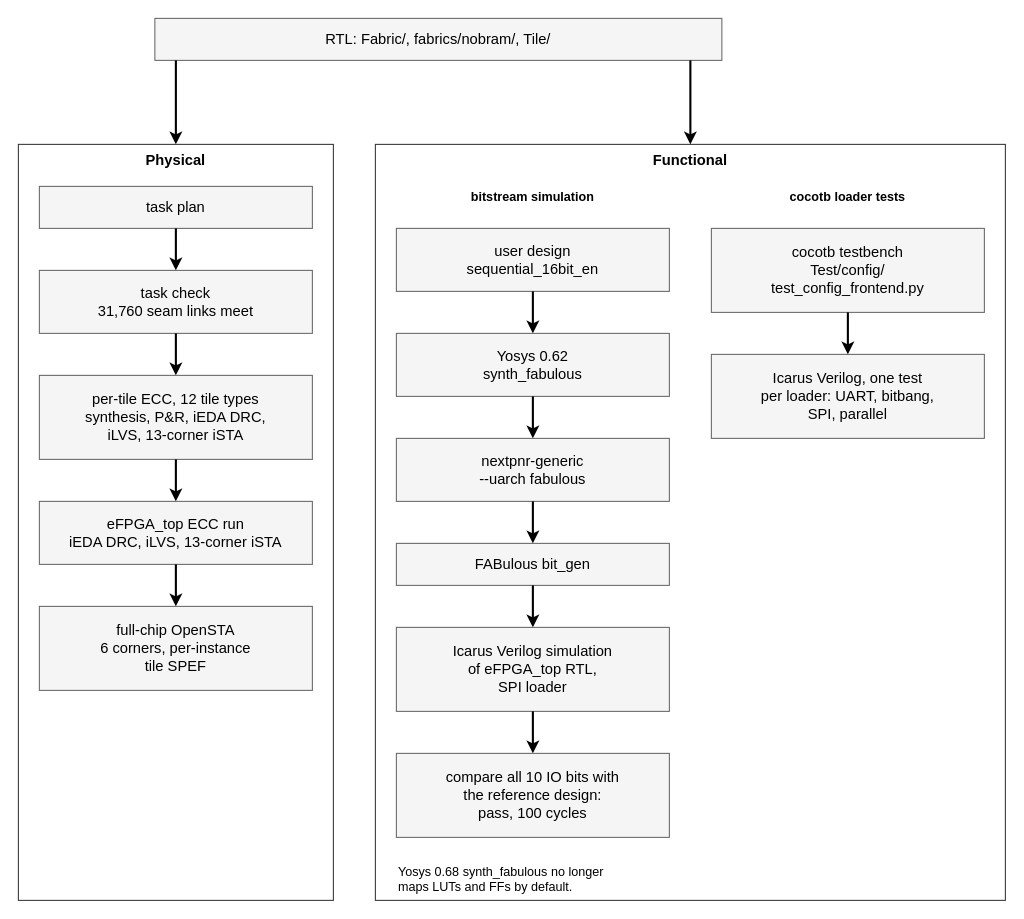
Above: submission/images/verification_environment.drawio in KelvinChung2000/demo-ics55 (draw.io), before the change. Source tidied: cells renumbered, new cells numbered last; positions are measured from the earlier drawing's top-left corner, leaving out a move shared by most shapes. Both pictures are drawn from the tidied source at 105%, with x=0, y=0 at pixel (18, 18).
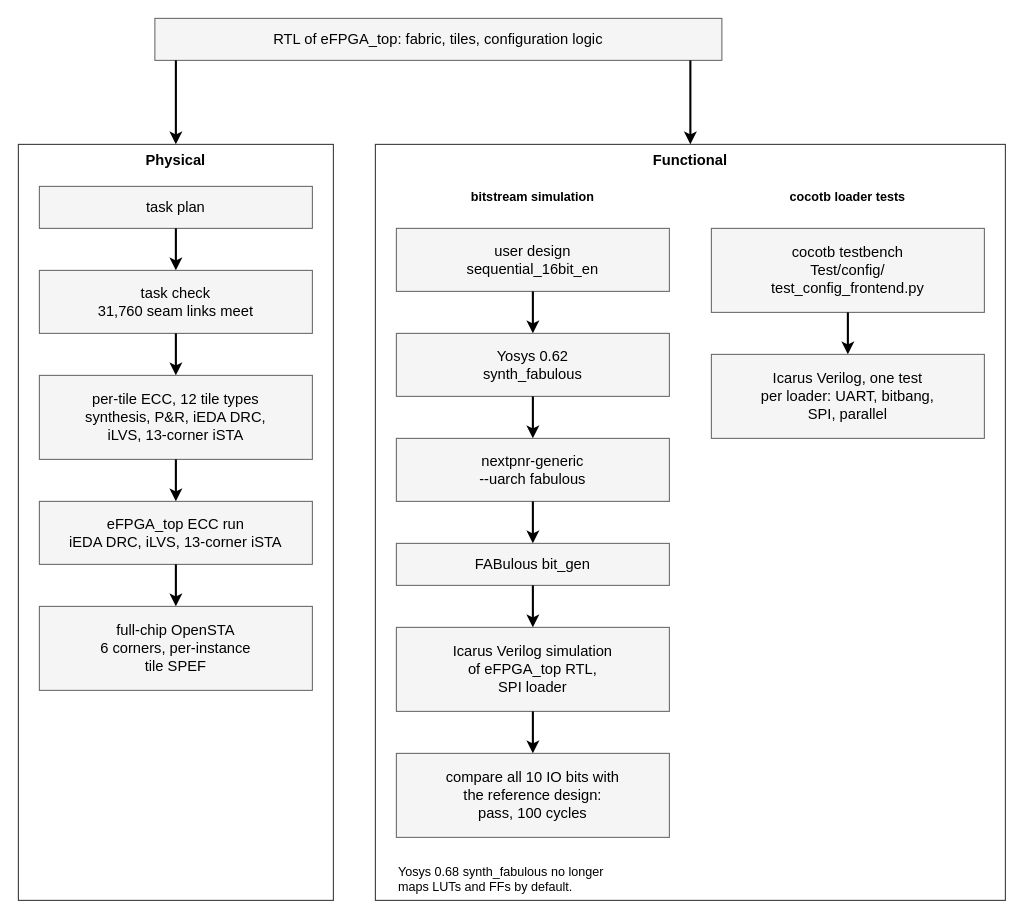
The same page after the edit.

What changed in the source:
```diff
@@
-    <mxCell id="2" value="RTL: Fabric/, fabrics/nobram/, Tile/" style="rounded=0;whiteSpace=wrap;html=1;fillColor=#f5f5f5;strokeColor=#666666;fontFamily=Helvetica;fontSize=14;" parent="1" vertex="1">
+    <mxCell id="2" value="RTL of eFPGA_top: fabric, tiles, configuration logic" style="rounded=0;whiteSpace=wrap;html=1;fillColor=#f5f5f5;strokeColor=#666666;fontFamily=Helvetica;fontSize=14;" parent="1" vertex="1">
       <mxGeometry x="130" width="540" height="40" as="geometry" />
     </mxCell>
```
